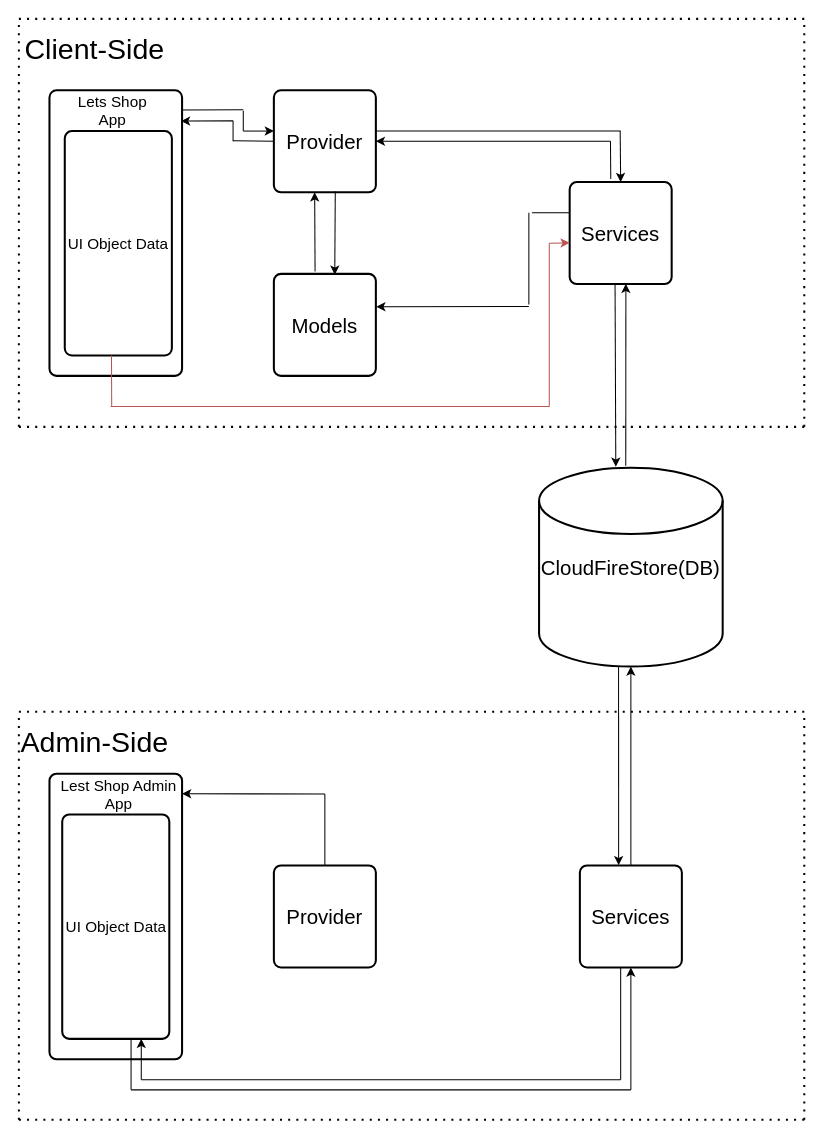
Above: page "Data Flow Program" (3 of 3) of flow_program.drawio in ambigo7/flutter_Ecommerce (draw.io), before the change. Source tidied: cells renumbered, new cells numbered last; positions are measured from the earlier drawing's top-left corner, leaving out a move shared by most shapes. Both pictures are drawn from the tidied source at 102%, with x=0, y=0 at pixel (17, 18).
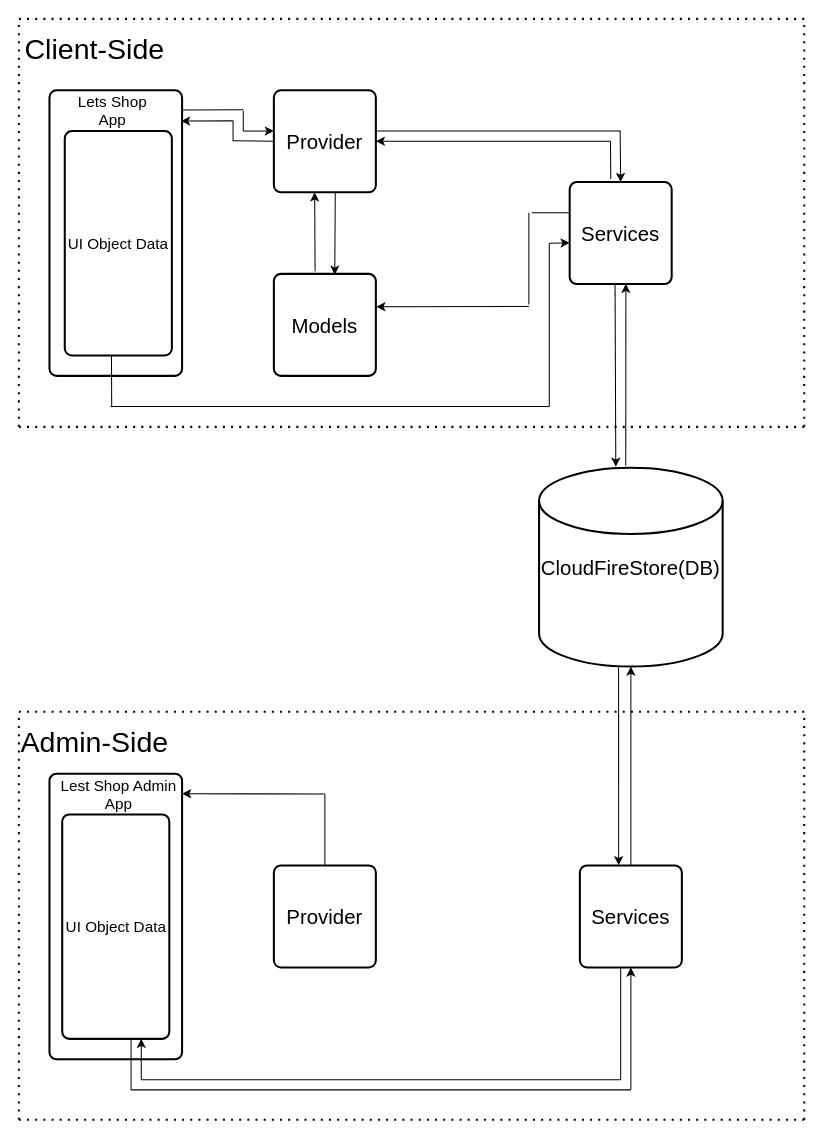
After the change.

Commit message:
v1.1.6(Done -Bug Sign Up)

Diff of the diagram source:
```diff
@@
-    <mxCell id="51" style="endArrow=none;html=1;fontSize=28;fillColor=#f8cecc;strokeColor=#b85450;" parent="1" edge="1">
+    <mxCell id="51" style="endArrow=none;html=1;fontSize=28;fillColor=#f8cecc;" parent="1" edge="1">
       <mxGeometry relative="1" as="geometry">
         <mxPoint x="521" y="380" as="sourcePoint" />
         <mxPoint x="521" y="220" as="targetPoint" />
       </mxGeometry>
     </mxCell>
-    <mxCell id="52" style="endArrow=none;html=1;fontSize=28;fillColor=#f8cecc;strokeColor=#b85450;" parent="1" edge="1">
+    <mxCell id="52" style="endArrow=none;html=1;fontSize=28;fillColor=#f8cecc;" parent="1" edge="1">
       <mxGeometry relative="1" as="geometry">
         <mxPoint x="91" y="380" as="sourcePoint" />
         <mxPoint x="521" y="380" as="targetPoint" />
       </mxGeometry>
     </mxCell>
-    <mxCell id="53" style="endArrow=none;html=1;fontSize=28;fillColor=#f8cecc;strokeColor=#b85450;" parent="1" edge="1">
+    <mxCell id="53" style="endArrow=none;html=1;fontSize=28;fillColor=#f8cecc;" parent="1" edge="1">
       <mxGeometry relative="1" as="geometry">
         <mxPoint x="92" y="380" as="sourcePoint" />
         <mxPoint x="91.8" y="330" as="targetPoint" />
       </mxGeometry>
     </mxCell>
-    <mxCell id="54" style="endArrow=classic;html=1;fillColor=#f8cecc;strokeColor=#b85450;" parent="1" edge="1">
+    <mxCell id="54" style="endArrow=classic;html=1;fillColor=#f8cecc;" parent="1" edge="1">
       <mxGeometry relative="1" as="geometry">
         <mxPoint x="521" y="220" as="sourcePoint" />
         <mxPoint x="541" y="219.6" as="targetPoint" />
       </mxGeometry>
     </mxCell>
```
